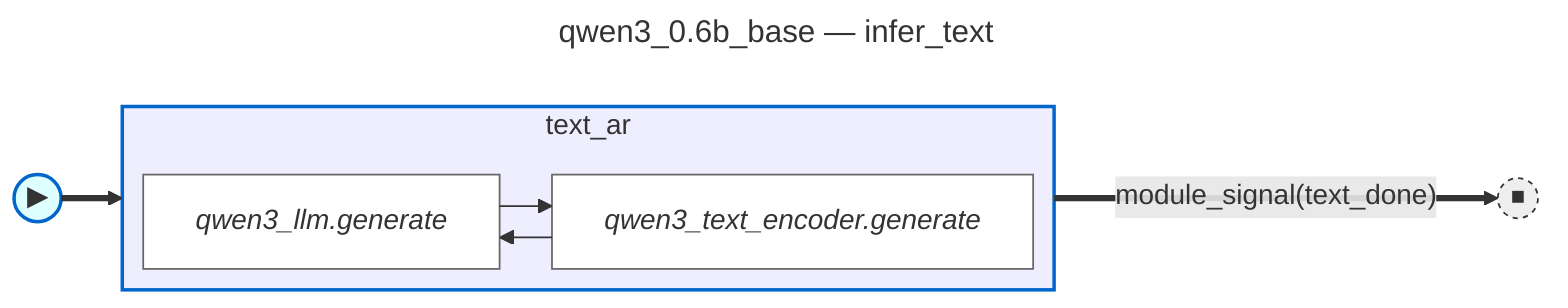
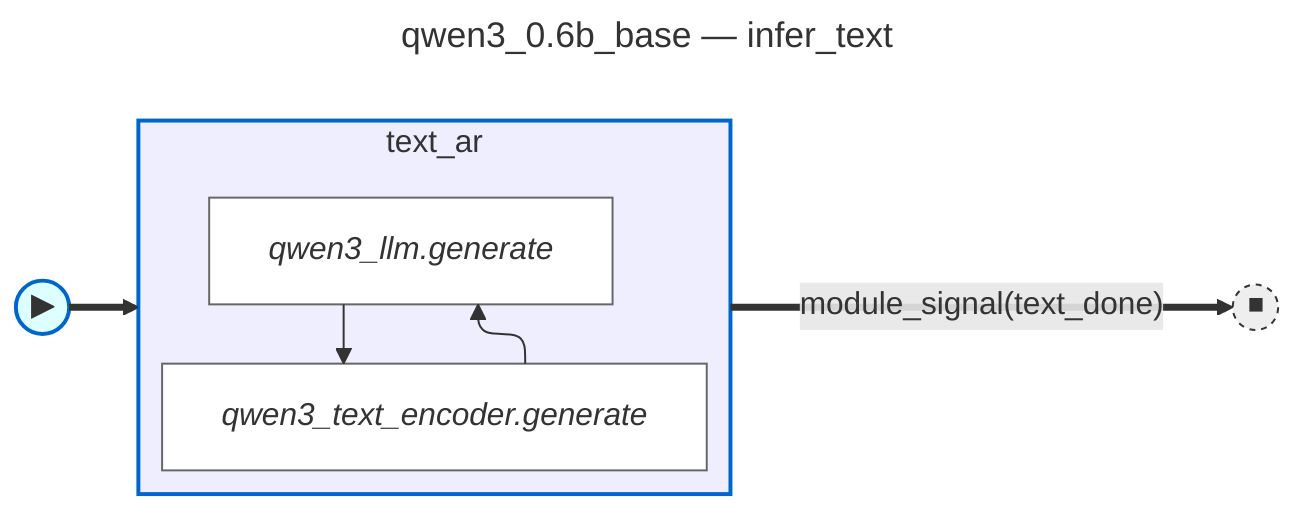
---
title: qwen3_0.6b_base — infer_text
---
%%{init: {'flowchart': {'defaultRenderer': 'elk'}}}%%
flowchart LR
    fsm_start(("▶")):::fsm_start
    fsm_done(("⏹")):::fsm_terminal
    subgraph state_text_ar [text_ar]
-         direction LR
+         direction TB
        text_ar__qwen3_text_encoder_generate["<i>qwen3_text_encoder.generate</i>"]:::body_node
        text_ar__qwen3_llm_generate["<i>qwen3_llm.generate</i>"]:::body_node
        text_ar__qwen3_text_encoder_generate --> text_ar__qwen3_llm_generate
        text_ar__qwen3_llm_generate --> text_ar__qwen3_text_encoder_generate
    end
    fsm_start ==> state_text_ar
    state_text_ar ==>|"module_signal(text_done)"| fsm_done
    classDef body_node fill:#fff,stroke:#666
    classDef fsm_start fill:#dff,stroke:#06c,stroke-width:2px
    classDef fsm_terminal fill:#eee,stroke:#333,stroke-width:1px,stroke-dasharray:3 3
    style state_text_ar fill:#eef,stroke:#06c,stroke-width:2px
